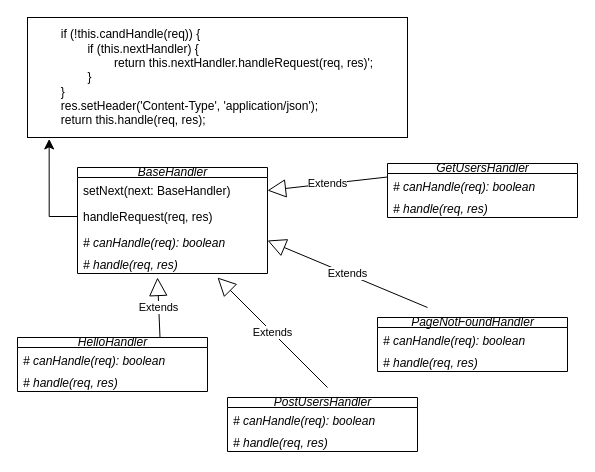
This is .drawio from rafaeltedesco/youtube-design-patterns, a draw.io file, before an edit. Source tidied: cells renumbered, new cells numbered last; positions are measured from the earlier drawing's top-left corner, leaving out a move shared by most shapes. Both pictures are drawn from the tidied source at 100%, with x=0, y=0 at pixel (17, 17).
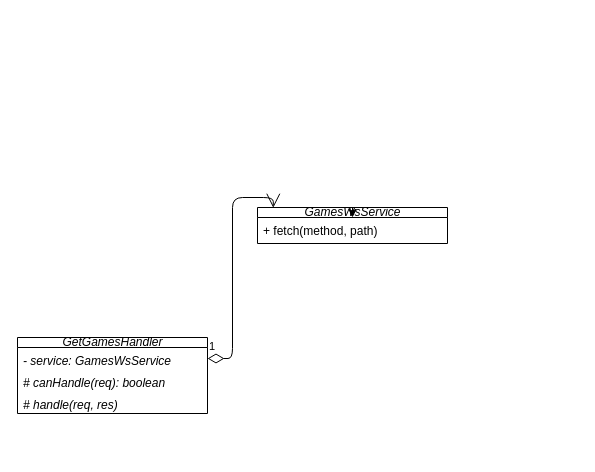
The same diagram, later.

The edit, as a diff of the source:
```diff
@@
-    <mxCell id="2" value="&lt;i&gt;BaseHandler&lt;br&gt;&lt;/i&gt;" style="swimlane;fontStyle=0;horizontal=1;startSize=10;fillColor=none;html=1;" parent="1" vertex="1">
-      <mxGeometry x="60" y="150" width="190" height="106" as="geometry" />
+    <mxCell id="2" value="&lt;i&gt;GamesWsService&lt;br&gt;&lt;/i&gt;" style="swimlane;fontStyle=0;horizontal=1;startSize=10;fillColor=none;html=1;" parent="1" vertex="1">
+      <mxGeometry x="240" y="190" width="190" height="36" as="geometry" />
     </mxCell>
-    <mxCell id="3" value="setNext(next: BaseHandler)" style="text;strokeColor=none;fillColor=none;align=left;verticalAlign=top;spacingLeft=4;spacingRight=4;overflow=hidden;points=[[0,0.5],[1,0.5]];portConstraint=eastwest;whiteSpace=wrap;html=1;" parent="2" vertex="1">
+    <mxCell id="3" value="+ fetch(method, path)" style="text;strokeColor=none;fillColor=none;align=left;verticalAlign=top;spacingLeft=4;spacingRight=4;overflow=hidden;points=[[0,0.5],[1,0.5]];portConstraint=eastwest;whiteSpace=wrap;html=1;" parent="2" vertex="1">
       <mxGeometry y="10" width="190" height="26" as="geometry" />
     </mxCell>
-    <mxCell id="4" value="handleRequest(req, res)" style="text;strokeColor=none;fillColor=none;align=left;verticalAlign=top;spacingLeft=4;spacingRight=4;overflow=hidden;points=[[0,0.5],[1,0.5]];portConstraint=eastwest;whiteSpace=wrap;html=1;" parent="2" vertex="1">
-      <mxGeometry y="36" width="190" height="26" as="geometry" />
-    </mxCell>
-    <mxCell id="5" value="&lt;i&gt;# canHandle(req): boolean&lt;/i&gt;" style="text;strokeColor=none;fillColor=none;align=left;verticalAlign=top;spacingLeft=4;spacingRight=4;overflow=hidden;points=[[0,0.5],[1,0.5]];portConstraint=eastwest;whiteSpace=wrap;html=1;" parent="2" vertex="1">
-      <mxGeometry y="62" width="190" height="22" as="geometry" />
-    </mxCell>
-    <mxCell id="6" value="&lt;i&gt;# handle(req, res)&lt;/i&gt;" style="text;strokeColor=none;fillColor=none;align=left;verticalAlign=top;spacingLeft=4;spacingRight=4;overflow=hidden;whiteSpace=wrap;html=1;" parent="2" vertex="1">
-      <mxGeometry y="84" width="190" height="22" as="geometry" />
-    </mxCell>
+    <mxCell id="25" style="edgeStyle=none;html=1;exitX=0.5;exitY=0;exitDx=0;exitDy=0;" parent="2" edge="1" source="2" target="3">
+      <mxGeometry relative="1" as="geometry" />
+    </mxCell>
-    <mxCell id="7" value="&lt;i&gt;HelloHandler&lt;br&gt;&lt;/i&gt;" style="swimlane;fontStyle=0;horizontal=1;startSize=10;fillColor=none;html=1;" parent="1" vertex="1">
-      <mxGeometry y="320" width="190" height="54" as="geometry" />
+    <mxCell id="7" value="&lt;i&gt;GetGamesHandler&lt;br&gt;&lt;/i&gt;" style="swimlane;fontStyle=0;horizontal=1;startSize=10;fillColor=none;html=1;" parent="1" vertex="1">
+      <mxGeometry y="320" width="190" height="76" as="geometry" />
     </mxCell>
-    <mxCell id="8" value="&lt;i&gt;# canHandle(req): boolean&lt;/i&gt;" style="text;strokeColor=none;fillColor=none;align=left;verticalAlign=top;spacingLeft=4;spacingRight=4;overflow=hidden;points=[[0,0.5],[1,0.5]];portConstraint=eastwest;whiteSpace=wrap;html=1;" parent="7" vertex="1">
+    <mxCell id="8" value="&lt;i&gt;- service: GamesWsService&lt;/i&gt;" style="text;strokeColor=none;fillColor=none;align=left;verticalAlign=top;spacingLeft=4;spacingRight=4;overflow=hidden;points=[[0,0.5],[1,0.5]];portConstraint=eastwest;whiteSpace=wrap;html=1;" parent="7" vertex="1">
       <mxGeometry y="10" width="190" height="22" as="geometry" />
     </mxCell>
+    <mxCell id="26" value="&lt;i&gt;# canHandle(req): boolean&lt;/i&gt;" style="text;strokeColor=none;fillColor=none;align=left;verticalAlign=top;spacingLeft=4;spacingRight=4;overflow=hidden;whiteSpace=wrap;html=1;" parent="7" vertex="1">
+      <mxGeometry y="32" width="190" height="22" as="geometry" />
+    </mxCell>
     <mxCell id="9" value="&lt;i&gt;# handle(req, res)&lt;/i&gt;" style="text;strokeColor=none;fillColor=none;align=left;verticalAlign=top;spacingLeft=4;spacingRight=4;overflow=hidden;whiteSpace=wrap;html=1;" parent="7" vertex="1">
-      <mxGeometry y="32" width="190" height="22" as="geometry" />
+      <mxGeometry y="54" width="190" height="22" as="geometry" />
     </mxCell>
-    <mxCell id="10" value="&lt;i&gt;GetUsersHandler&lt;br&gt;&lt;/i&gt;" style="swimlane;fontStyle=0;horizontal=1;startSize=10;fillColor=none;html=1;" parent="1" vertex="1">
-      <mxGeometry x="370" y="146" width="190" height="54" as="geometry" />
-    </mxCell>
-    <mxCell id="11" value="&lt;i&gt;# canHandle(req): boolean&lt;/i&gt;" style="text;strokeColor=none;fillColor=none;align=left;verticalAlign=top;spacingLeft=4;spacingRight=4;overflow=hidden;whiteSpace=wrap;html=1;" parent="10" vertex="1">
-      <mxGeometry y="10" width="190" height="22" as="geometry" />
-    </mxCell>
-    <mxCell id="12" value="&lt;i&gt;# handle(req, res)&lt;/i&gt;" style="text;strokeColor=none;fillColor=none;align=left;verticalAlign=top;spacingLeft=4;spacingRight=4;overflow=hidden;whiteSpace=wrap;html=1;" parent="10" vertex="1">
-      <mxGeometry y="32" width="190" height="22" as="geometry" />
-    </mxCell>
-    <mxCell id="13" value="&lt;i&gt;PostUsersHandler&lt;br&gt;&lt;/i&gt;" style="swimlane;fontStyle=0;horizontal=1;startSize=10;fillColor=none;html=1;" parent="1" vertex="1">
-      <mxGeometry x="210" y="380" width="190" height="54" as="geometry" />
-    </mxCell>
-    <mxCell id="14" value="&lt;i&gt;# canHandle(req): boolean&lt;/i&gt;" style="text;strokeColor=none;fillColor=none;align=left;verticalAlign=top;spacingLeft=4;spacingRight=4;overflow=hidden;whiteSpace=wrap;html=1;" parent="13" vertex="1">
-      <mxGeometry y="10" width="190" height="22" as="geometry" />
-    </mxCell>
-    <mxCell id="15" value="&lt;i&gt;# handle(req, res)&lt;/i&gt;" style="text;strokeColor=none;fillColor=none;align=left;verticalAlign=top;spacingLeft=4;spacingRight=4;overflow=hidden;whiteSpace=wrap;html=1;" parent="13" vertex="1">
-      <mxGeometry y="32" width="190" height="22" as="geometry" />
-    </mxCell>
-    <mxCell id="16" value="&lt;i&gt;PageNotFoundHandler&lt;br&gt;&lt;/i&gt;" style="swimlane;fontStyle=0;horizontal=1;startSize=10;fillColor=none;html=1;" parent="1" vertex="1">
-      <mxGeometry x="360" y="300" width="190" height="54" as="geometry" />
-    </mxCell>
-    <mxCell id="17" value="&lt;i&gt;# canHandle(req): boolean&lt;/i&gt;" style="text;strokeColor=none;fillColor=none;align=left;verticalAlign=top;spacingLeft=4;spacingRight=4;overflow=hidden;whiteSpace=wrap;html=1;" parent="16" vertex="1">
-      <mxGeometry y="10" width="190" height="22" as="geometry" />
-    </mxCell>
-    <mxCell id="18" value="&lt;i&gt;# handle(req, res)&lt;/i&gt;" style="text;strokeColor=none;fillColor=none;align=left;verticalAlign=top;spacingLeft=4;spacingRight=4;overflow=hidden;whiteSpace=wrap;html=1;" parent="16" vertex="1">
-      <mxGeometry y="32" width="190" height="22" as="geometry" />
-    </mxCell>
-    <mxCell id="19" value="Extends" style="endArrow=block;endSize=16;endFill=0;html=1;exitX=0.75;exitY=0;exitDx=0;exitDy=0;" parent="1" edge="1" source="7">
-      <mxGeometry relative="1" as="geometry">
-        <mxPoint x="140" y="260" as="targetPoint" />
-      </mxGeometry>
-    </mxCell>
-    <mxCell id="20" value="Extends" style="endArrow=block;endSize=16;endFill=0;html=1;" parent="1" edge="1">
-      <mxGeometry relative="1" as="geometry">
-        <mxPoint x="310" y="370" as="sourcePoint" />
-        <mxPoint x="200" y="260" as="targetPoint" />
-      </mxGeometry>
-    </mxCell>
-    <mxCell id="21" value="Extends" style="endArrow=block;endSize=16;endFill=0;html=1;entryX=1;entryY=0.5;entryDx=0;entryDy=0;" parent="1" edge="1" target="5">
-      <mxGeometry relative="1" as="geometry">
-        <mxPoint x="410" y="290" as="sourcePoint" />
-      </mxGeometry>
-    </mxCell>
-    <mxCell id="22" value="Extends" style="endArrow=block;endSize=16;endFill=0;html=1;entryX=1;entryY=0.5;entryDx=0;entryDy=0;exitX=0;exitY=0.25;exitDx=0;exitDy=0;" parent="1" edge="1" source="10" target="3">
-      <mxGeometry relative="1" as="geometry" />
-    </mxCell>
-    <mxCell id="23" value="&lt;div style=&quot;text-align: left;&quot;&gt;&lt;span style=&quot;background-color: initial;&quot;&gt;if (!this.candHandle(req)) {&lt;/span&gt;&lt;/div&gt;&lt;div style=&quot;text-align: left;&quot;&gt;&lt;span style=&quot;background-color: initial;&quot;&gt;&lt;span style=&quot;white-space: pre;&quot;&gt;&#9;&lt;/span&gt;if (this.nextHandler) {&lt;/span&gt;&lt;/div&gt;&lt;div style=&quot;text-align: left;&quot;&gt;&lt;span style=&quot;background-color: initial;&quot;&gt;&lt;span style=&quot;white-space: pre;&quot;&gt;&#9;&lt;span style=&quot;white-space: pre;&quot;&gt;&#9;&lt;/span&gt;&lt;/span&gt;return this.nextHandler.handleRequest(req, res)';&lt;/span&gt;&lt;/div&gt;&lt;div style=&quot;text-align: left;&quot;&gt;&lt;span style=&quot;background-color: initial;&quot;&gt;&lt;span style=&quot;white-space: pre;&quot;&gt;&#9;&lt;/span&gt;}&lt;/span&gt;&lt;/div&gt;&lt;div style=&quot;text-align: left;&quot;&gt;&lt;span style=&quot;background-color: initial;&quot;&gt;}&lt;/span&gt;&lt;/div&gt;&lt;div style=&quot;text-align: left;&quot;&gt;&lt;span style=&quot;background-color: initial;&quot;&gt;res.setHeader('Content-Type', 'application/json');&lt;/span&gt;&lt;/div&gt;&lt;div style=&quot;text-align: left;&quot;&gt;&lt;span style=&quot;background-color: initial;&quot;&gt;return this.handle(req, res);&lt;/span&gt;&lt;/div&gt;" style="whiteSpace=wrap;html=1;align=center;newEdgeStyle={&quot;edgeStyle&quot;:&quot;elbowEdgeStyle&quot;,&quot;startArrow&quot;:&quot;none&quot;,&quot;endArrow&quot;:&quot;none&quot;};" parent="1" vertex="1">
-      <mxGeometry x="10" width="380" height="120" as="geometry" />
-    </mxCell>
-    <mxCell id="24" style="edgeStyle=segmentEdgeStyle;endArrow=classic;html=1;curved=0;rounded=0;endSize=8;startSize=8;exitX=0;exitY=0.5;exitDx=0;exitDy=0;entryX=0.057;entryY=1.012;entryDx=0;entryDy=0;entryPerimeter=0;" parent="1" edge="1" source="4" target="23">
-      <mxGeometry relative="1" as="geometry" />
-    </mxCell>
+    <mxCell id="27" value="1" style="endArrow=open;html=1;endSize=12;startArrow=diamondThin;startSize=14;startFill=0;edgeStyle=orthogonalEdgeStyle;align=left;verticalAlign=bottom;exitX=1;exitY=0.5;exitDx=0;exitDy=0;entryX=0.083;entryY=0.009;entryDx=0;entryDy=0;entryPerimeter=0;" parent="1" edge="1" source="8" target="2">
+      <mxGeometry x="-1" y="3" relative="1" as="geometry" />
+    </mxCell>
```
